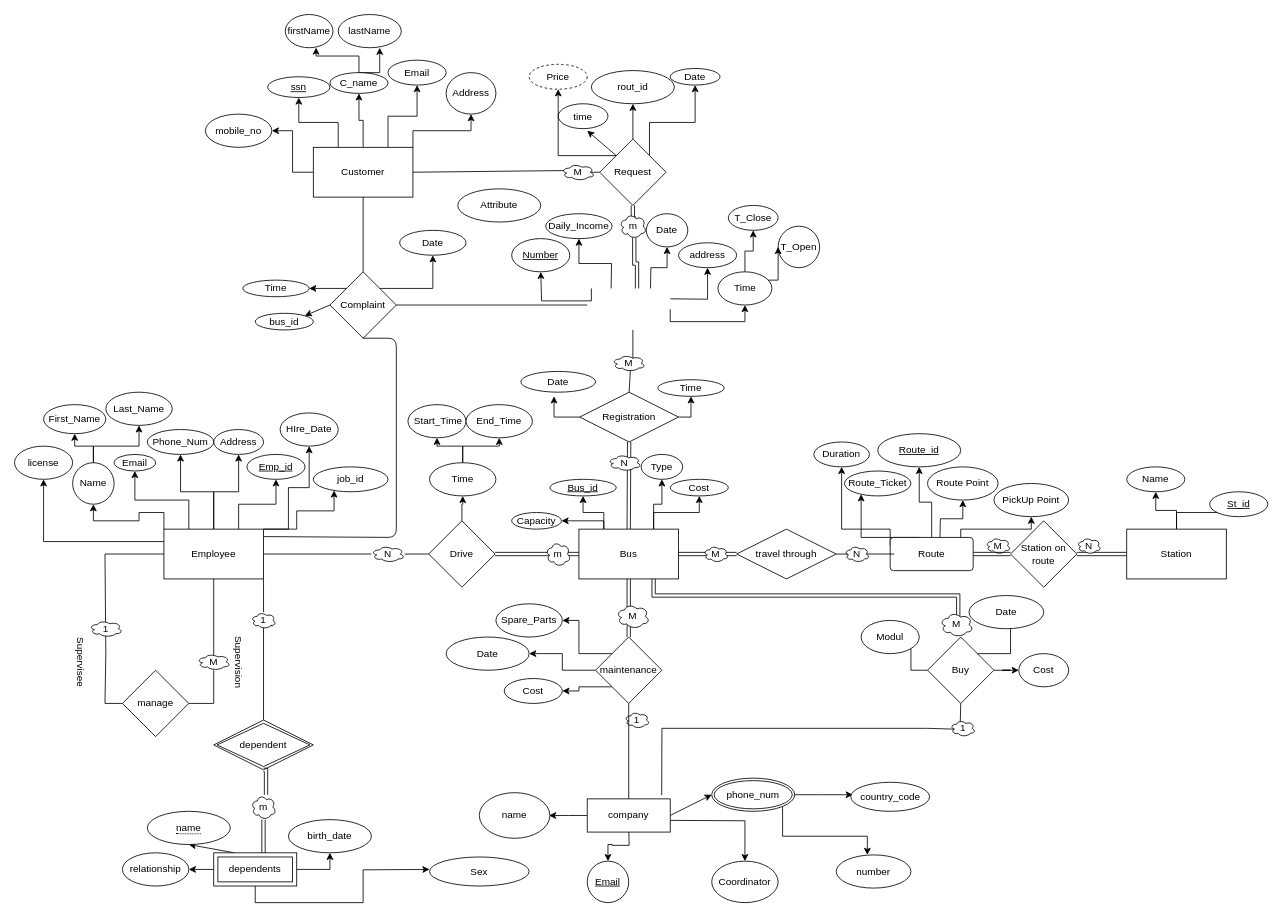
This is Phase 1/transport-ERDS.drawio from Snossy123/Transportation-Management-System, a draw.io file, before an edit. Source tidied: cells renumbered, new cells numbered last; positions are measured from the earlier drawing's top-left corner, leaving out a move shared by most shapes. Both pictures are drawn from the tidied source at 83%, with x=0, y=0 at pixel (14, 14).
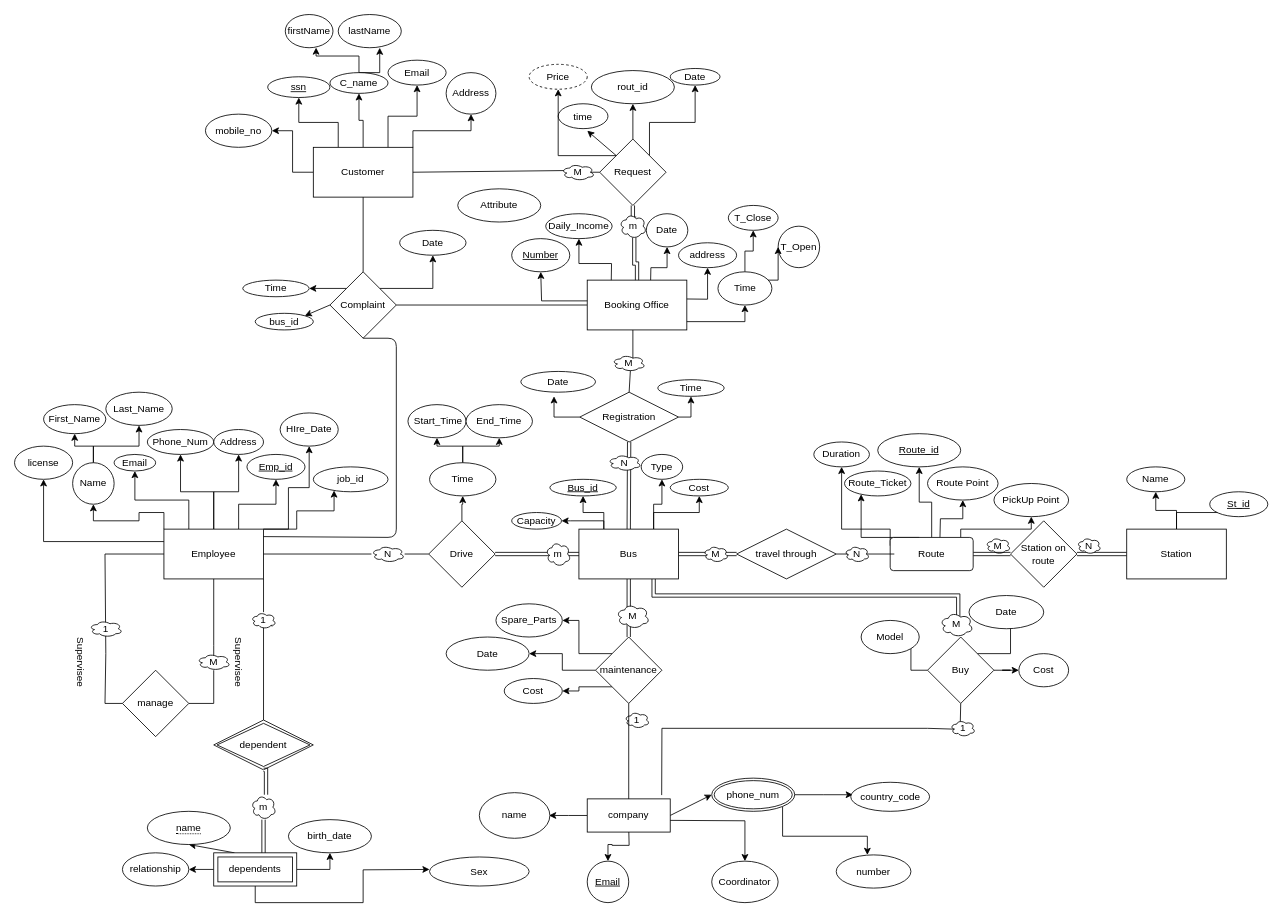
After the change.

Diff of the diagram source:
```diff
@@
-    <mxCell id="84" value="Modul" style="ellipse;whiteSpace=wrap;html=1;" parent="1" vertex="1">
+    <mxCell id="84" value="Model" style="ellipse;whiteSpace=wrap;html=1;" parent="1" vertex="1">
       <mxGeometry x="1020" y="730" width="70" height="40" as="geometry" />
     </mxCell>
@@
-    <mxCell id="97" value="Supervision" style="text;html=1;align=center;verticalAlign=middle;rotation=90;" parent="1" vertex="1">
+    <mxCell id="97" value="Supervisee" style="text;html=1;align=center;verticalAlign=middle;rotation=90;" parent="1" vertex="1">
       <mxGeometry x="230" y="770" width="80" height="20" as="geometry" />
     </mxCell>
@@
+    <mxCell id="200" value="Booking Office" style="rounded=0;whiteSpace=wrap;html=1;" parent="1" vertex="1">
+      <mxGeometry x="690" y="320" width="120" height="60" as="geometry" />
+    </mxCell>
```
